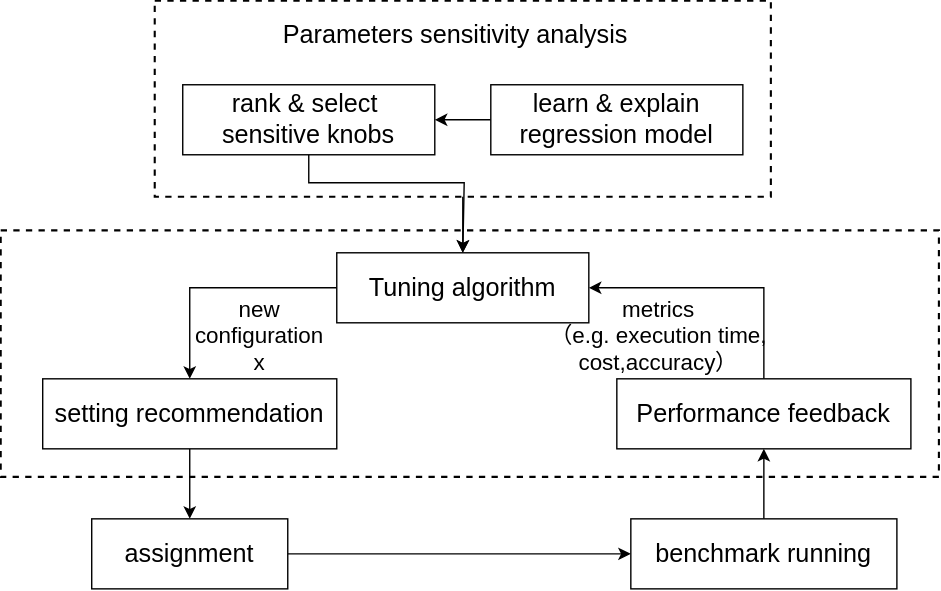
Before: kernel-BO.drawio.svg, a diagram exported from draw.io (Dong-J93/_pictures). Source tidied: cells renumbered, new cells last; positions are measured from the earlier drawing's top-left corner, leaving out a move shared by most shapes.
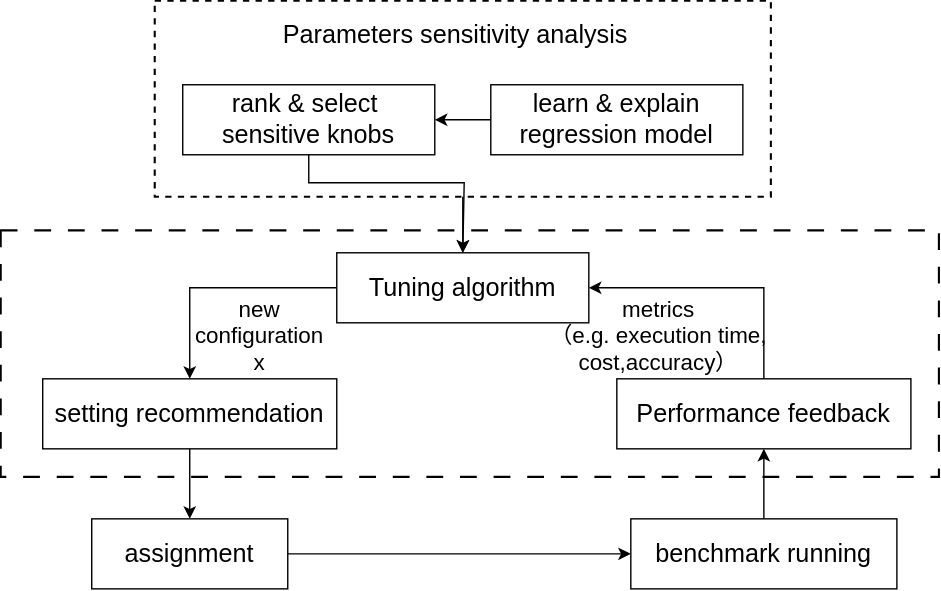
After the change.

What changed in the source:
```diff
@@ -2,7 +2,7 @@
   <root>
     <mxCell id="0" />
     <mxCell id="1" parent="0" />
-    <mxCell id="2" style="rounded=0;whiteSpace=wrap;html=1;fillColor=none;strokeWidth=1.5;align=center;dashed=1;" parent="1" vertex="1">
+    <mxCell id="2" style="rounded=0;whiteSpace=wrap;html=1;fillColor=none;strokeWidth=1.5;align=center;dashed=1;dashPattern=8 8;" parent="1" vertex="1">
       <mxGeometry y="164" width="670" height="176" as="geometry" />
     </mxCell>
     <mxCell id="3" style="edgeStyle=orthogonalEdgeStyle;rounded=0;jettySize=auto;html=1;exitX=0;exitY=0.5;exitDx=0;exitDy=0;entryX=0.5;entryY=0;entryDx=0;entryDy=0;" parent="1" edge="1" source="4" target="16">
```
